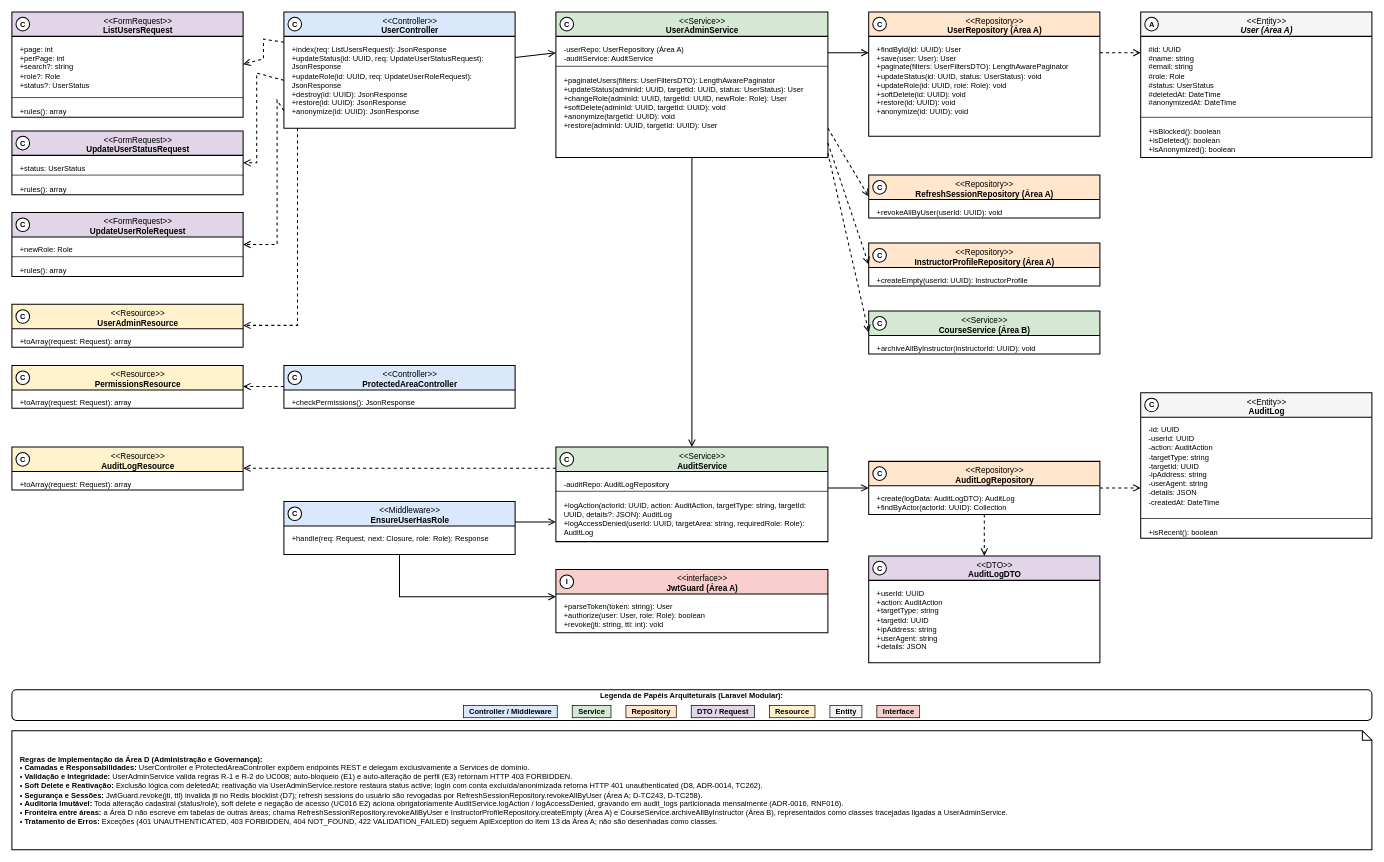
Above: especificacao/diagramas/13-classes-area-d-implementacao-administracao.drawio in Plataforma-de-Cursos-TCC/plataforma-cursos-docs (draw.io), before the change. Source tidied: cells renumbered, new cells numbered last; positions are measured from the earlier drawing's top-left corner, leaving out a move shared by most shapes. Both pictures are drawn from the tidied source at 68%, with x=0, y=0 at pixel (12, 12).
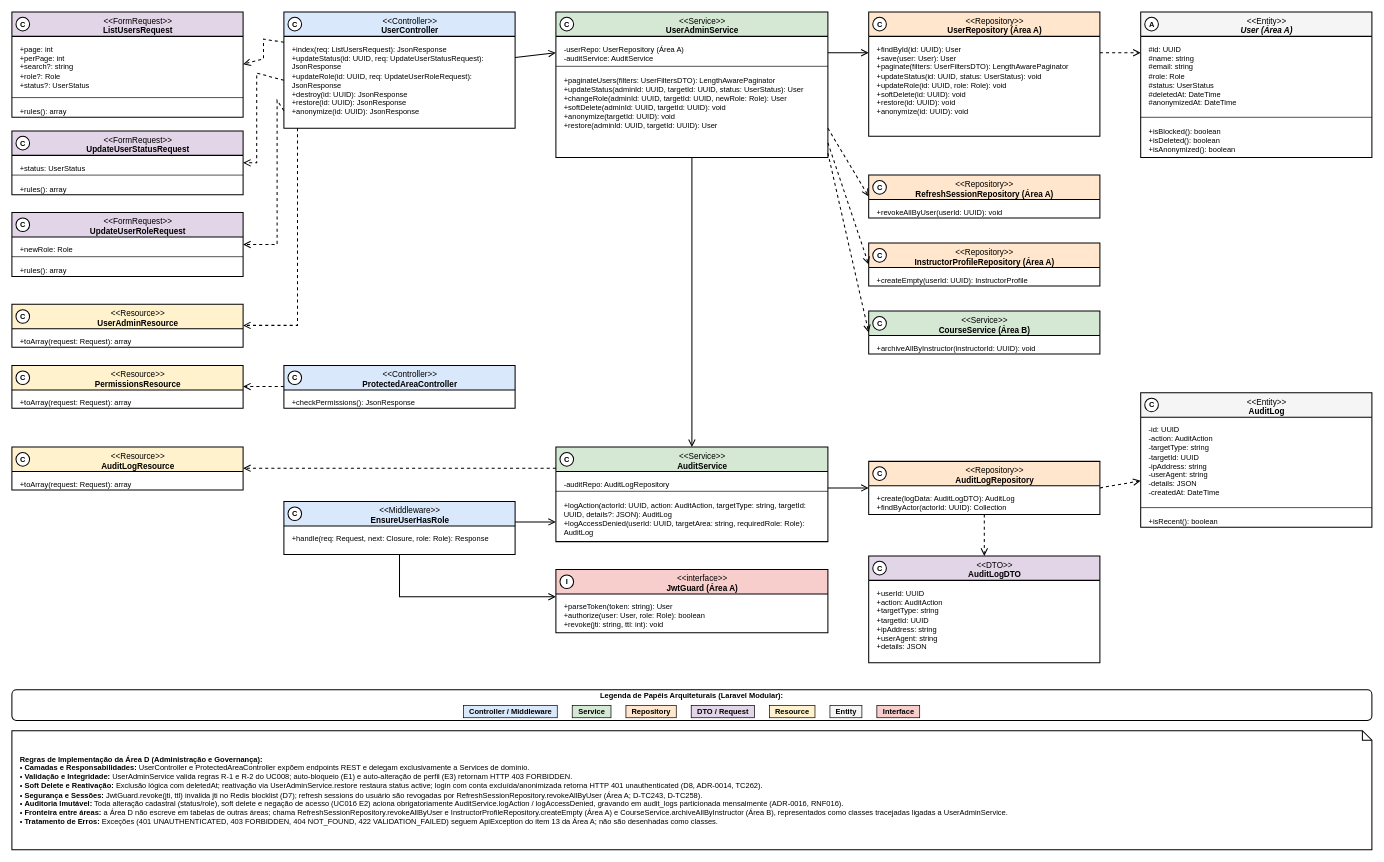
The same diagram, later.

Commit message (it also covers changes not shown here):
docs(diagrama-de-classes): fix Area D notation and completeness issues

Diff of the diagram source:
```diff
@@
     <mxCell id="46" value="&amp;lt;&amp;lt;Entity&amp;gt;&amp;gt;&lt;br&gt;&lt;b&gt;AuditLog&lt;/b&gt;" style="swimlane;html=1;fontStyle=0;align=center;verticalAlign=top;startSize=36;fillColor=#F5F5F5;swimlaneFillColor=#FFFFFF;strokeColor=#000000;strokeWidth=1.5;fontFamily=Helvetica;fontSize=12;fontColor=#000000;rounded=0;spacingLeft=30;" parent="1" vertex="1">
-      <mxGeometry x="1660" y="560" width="340" height="214" as="geometry" />
+      <mxGeometry x="1660" y="560" width="340" height="198" as="geometry" />
     </mxCell>
-    <mxCell id="47" value="-id: UUID&lt;br&gt;-userId: UUID&lt;br&gt;-action: AuditAction&lt;br&gt;-targetType: string&lt;br&gt;-targetId: UUID&lt;br&gt;-ipAddress: string&lt;br&gt;-userAgent: string&lt;br&gt;-details: JSON&lt;br&gt;-createdAt: DateTime" style="text;html=1;align=left;verticalAlign=top;spacingLeft=10;spacingRight=8;spacingTop=6;fontSize=11;fontFamily=Helvetica;fontColor=#000000;strokeColor=none;fillColor=none;whiteSpace=wrap;" parent="46" vertex="1">
-      <mxGeometry y="36" width="340" height="147" as="geometry" />
+    <mxCell id="47" value="-id: UUID&lt;br&gt;-action: AuditAction&lt;br&gt;-targetType: string&lt;br&gt;-targetId: UUID&lt;br&gt;-ipAddress: string&lt;br&gt;-userAgent: string&lt;br&gt;-details: JSON&lt;br&gt;-createdAt: DateTime" style="text;html=1;align=left;verticalAlign=top;spacingLeft=10;spacingRight=8;spacingTop=6;fontSize=11;fontFamily=Helvetica;fontColor=#000000;strokeColor=none;fillColor=none;whiteSpace=wrap;" parent="46" vertex="1">
+      <mxGeometry y="36" width="340" height="131" as="geometry" />
     </mxCell>
     <mxCell id="48" style="line;strokeWidth=1;fillColor=none;align=left;verticalAlign=middle;strokeColor=#000000;" parent="46" vertex="1">
-      <mxGeometry y="183" width="340" height="4" as="geometry" />
+      <mxGeometry y="167" width="340" height="4" as="geometry" />
     </mxCell>
     <mxCell id="49" value="+isRecent(): boolean" style="text;html=1;align=left;verticalAlign=top;spacingLeft=10;spacingRight=8;spacingTop=6;fontSize=11;fontFamily=Helvetica;fontColor=#000000;strokeColor=none;fillColor=none;whiteSpace=wrap;" parent="46" vertex="1">
-      <mxGeometry y="187" width="340" height="27" as="geometry" />
+      <mxGeometry y="171" width="340" height="27" as="geometry" />
     </mxCell>
```
